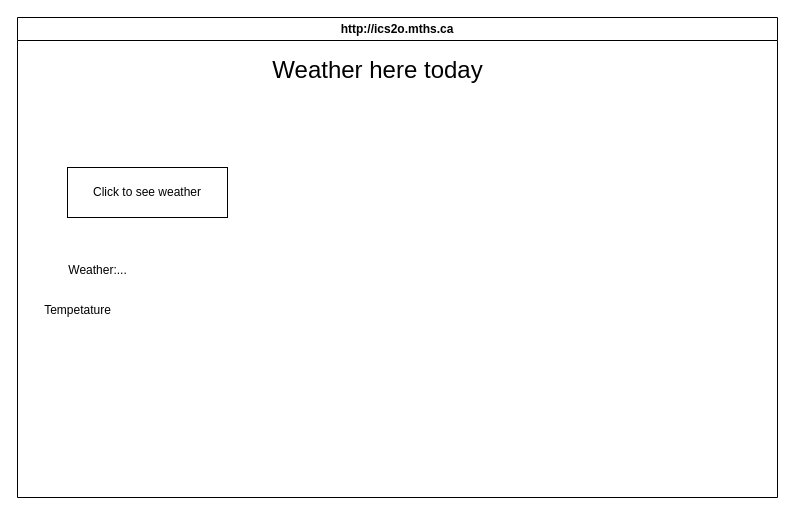
Above: design/storyboard.drawio in MTHS-ICD2O-1-2024/ICD2O-Unit-6-03-Adrina-peighambarzadeh (draw.io), before the change. Source tidied: cells renumbered, new cells numbered last; positions are measured from the earlier drawing's top-left corner, leaving out a move shared by most shapes. Both pictures are drawn from the tidied source at 100%, with x=0, y=0 at pixel (17, 17). Pictures stored in the file or linked from it are replaced by grey dashed boxes.
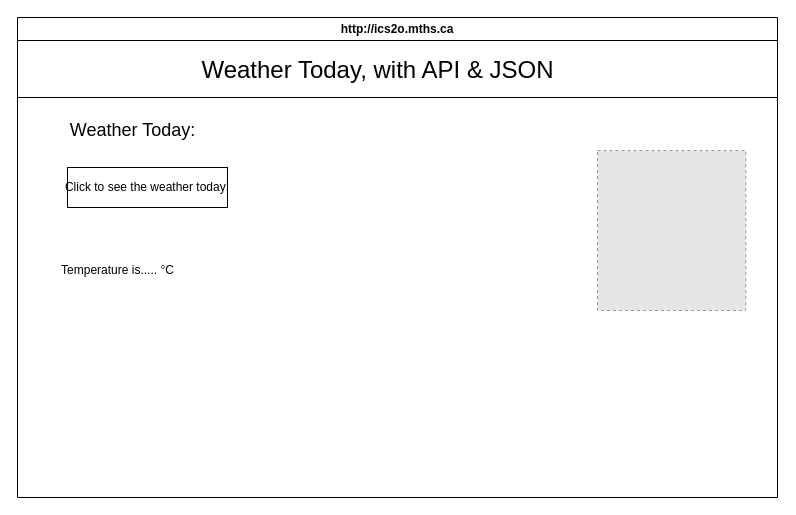
The same diagram, later.

Diff of the diagram source:
```diff
@@
 <mxGraphModel>
   <root>
     <mxCell id="0" />
     <mxCell id="1" parent="0" />
     <mxCell id="2" value="http://ics2o.mths.ca" style="swimlane;whiteSpace=wrap;html=1;" parent="1" vertex="1">
       <mxGeometry width="760" height="480" as="geometry" />
     </mxCell>
+    <mxCell id="5" value="Temperature is..... °C" style="text;html=1;align=center;verticalAlign=middle;strokeColor=none;fillColor=none;" parent="2" vertex="1">
+      <mxGeometry x="30" y="238" width="140" height="30" as="geometry" />
+    </mxCell>
+    <mxCell id="7" value="&lt;font style=&quot;font-size: 18px;&quot;&gt;Weather Today:&lt;/font&gt;" style="text;html=1;align=center;verticalAlign=middle;strokeColor=none;fillColor=none;" parent="2" vertex="1">
+      <mxGeometry x="40" y="93" width="150" height="40" as="geometry" />
+    </mxCell>
+    <mxCell id="8" style="fillColor=#E6E6E6;strokeColor=#999999;dashed=1;verticalLabelPosition=bottom;labelBackgroundColor=default;verticalAlign=top;" parent="2" vertex="1">
+      <mxGeometry x="580" y="133" width="148.3" height="160" as="geometry" />
+    </mxCell>
-    <mxCell id="3" value="&lt;font style=&quot;font-size: 24px;&quot;&gt;Weather here today&lt;/font&gt;" style="text;html=1;align=center;verticalAlign=middle;strokeColor=none;fillColor=none;" parent="1" vertex="1">
-      <mxGeometry x="245" y="33" width="230" height="40" as="geometry" />
+    <mxCell id="3" value="&lt;font style=&quot;font-size: 24px;&quot;&gt;Weather Today, with API &amp;amp; JSON&lt;/font&gt;" style="text;html=1;align=center;verticalAlign=middle;strokeColor=none;fillColor=none;" parent="1" vertex="1">
+      <mxGeometry x="170" y="33" width="380" height="40" as="geometry" />
     </mxCell>
-    <mxCell id="4" value="&lt;span style=&quot;color: rgb(0, 0, 0); text-wrap-mode: nowrap;&quot;&gt;Click to see weather&lt;/span&gt;" style="whiteSpace=wrap;html=1;" parent="1" vertex="1">
-      <mxGeometry x="50" y="150" width="160" height="50" as="geometry" />
+    <mxCell id="4" value="&lt;span style=&quot;color: rgb(0, 0, 0); text-wrap-mode: nowrap;&quot;&gt;Click to see the weather today!&lt;/span&gt;" style="whiteSpace=wrap;html=1;" parent="1" vertex="1">
+      <mxGeometry x="50" y="150" width="160" height="40" as="geometry" />
     </mxCell>
-    <mxCell id="5" value="Weather:..." style="text;html=1;align=center;verticalAlign=middle;strokeColor=none;fillColor=none;" parent="1" vertex="1">
-      <mxGeometry x="40" y="238" width="80" height="30" as="geometry" />
-    </mxCell>
-    <mxCell id="6" value="Tempetature" style="text;html=1;align=center;verticalAlign=middle;strokeColor=none;fillColor=none;" parent="1" vertex="1">
-      <mxGeometry x="15" y="278" width="90" height="30" as="geometry" />
-    </mxCell>
+    <mxCell id="9" style="endArrow=none;html=1;" parent="1" edge="1">
+      <mxGeometry relative="1" as="geometry">
+        <mxPoint y="80" as="sourcePoint" />
+        <mxPoint x="760" y="80" as="targetPoint" />
+      </mxGeometry>
+    </mxCell>
   </root>
 </mxGraphModel>
```
